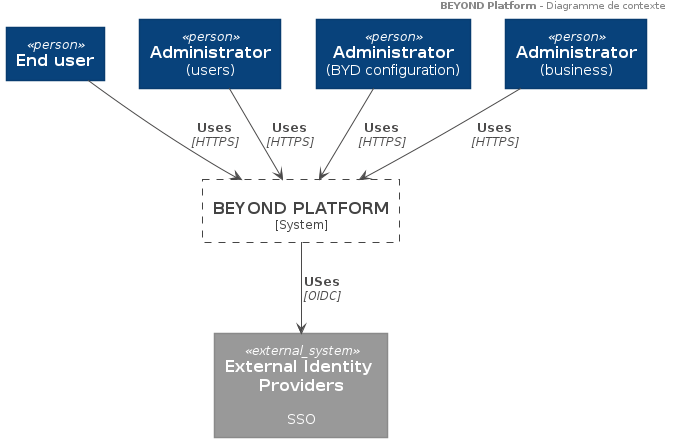
This is 02.byd-Platform/1.ArchitectureDossier/images/diagrams/system-context.png from cogirep/documentation, a PlantUML export, as it was before one commit. Its diagram source:
```plantuml
@startuml system-context
header
    <b>BEYOND Platform</b> - Diagramme de contexte
end header






skinparam defaultTextAlignment center

skinparam wrapWidth 200
skinparam maxMessageSize 150

skinparam rectangle {
    StereotypeFontSize 12
    shadowing false
}

skinparam database {
    StereotypeFontSize 12
    shadowing false
}

skinparam Arrow {
    Color #4B4A4A
    FontColor #4B4A4A
    FontSize 12
}

skinparam rectangle<<boundary>> {
    Shadowing false
    StereotypeFontSize 0
    FontColor #444444
    BorderColor #444444
    BorderStyle dashed
}























skinparam rectangle<<person>> {
    StereotypeFontColor #FFFFFF
    FontColor #FFFFFF
    BackgroundColor #08427B
    BorderColor #073B6F
}

skinparam rectangle<<external_person>> {
    StereotypeFontColor #FFFFFF
    FontColor #FFFFFF
    BackgroundColor #686868
    BorderColor #8A8A8A
}

skinparam rectangle<<system>> {
    StereotypeFontColor #FFFFFF
    FontColor #FFFFFF
    BackgroundColor #1168BD
    BorderColor #3C7FC0
}

skinparam rectangle<<external_system>> {
    StereotypeFontColor #FFFFFF
    FontColor #FFFFFF
    BackgroundColor #999999
    BorderColor #8A8A8A
}

skinparam database<<system>> {
    StereotypeFontColor #FFFFFF
    FontColor #FFFFFF
    BackgroundColor #1168BD
    BorderColor #3C7FC0
}

skinparam database<<external_system>> {
    StereotypeFontColor #FFFFFF
    FontColor #FFFFFF
    BackgroundColor #999999
    BorderColor #8A8A8A
}












rectangle "==End user" <<person>> as EndUSer
rectangle "==Administrator\n(users)" <<person>> as AdminIAM
rectangle "==Administrator\n(BYD configuration)" <<person>> as AdminBYDPTF
rectangle "==Administrator\n(business)" <<person>> as AdminDF

rectangle "==BEYOND PLATFORM\n<size:12>[System]</size>" <<boundary>> as BYDPTFM {
}

rectangle "==External Identity Providers\n\n SSO" <<external_system>> as IdP

AdminIAM --> BYDPTFM : "===Uses\n//<size:12>[HTTPS]</size>//"
AdminBYDPTF --> BYDPTFM : "===Uses\n//<size:12>[HTTPS]</size>//"
AdminDF --> BYDPTFM : "===Uses\n//<size:12>[HTTPS]</size>//"
EndUSer --> BYDPTFM : "===Uses\n//<size:12>[HTTPS]</size>//"
BYDPTFM --> IdP : "===USes\n//<size:12>[OIDC]</size>//"

@enduml
```
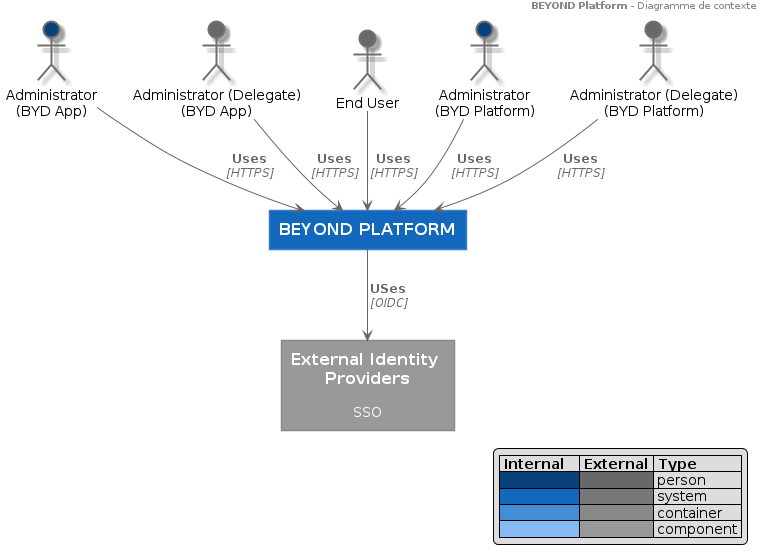
After the commit.

Commit message:
WIP system & container models

The edit, as a diff of the source:
```diff
@@ -1,4 +1,325 @@
 @startuml system-context
+
+
+
+
+
+
+
+skinparam {
+  shadowing true
+  arrowColor #707070
+  defaultTextAlignment center
+  wrapWidth 200
+  maxMessageSize 150
+}
+
+hide stereotype
+legend right
+|= Internal   |= External |= Type     |
+|<#08427B>|<#686868>| person |
+|<#1168BD>|<#777777>| system |
+|<#438DD5>|<#888888>| container |
+|<#85BBF0>|<#999999>| component |
+endlegend
+
+
+skinparam note {
+  BackgroundColor #F5F5F5
+  BorderColor #707070
+  FontColor #707070
+}
+
+
+skinparam actor<<Internal>> {
+  BorderColor #707070
+  BackgroundColor #08427B
+}
+
+skinparam actor<<External>> {
+  BorderColor #707070
+  BackgroundColor #686868
+}
+
+skinparam actor<<Internal Person>> {
+  BorderColor #707070
+  BackgroundColor #08427B
+}
+
+skinparam actor<<External Person>> {
+  BorderColor #707070
+  BackgroundColor #686868
+}
+
+    skinparam rectangle<<Internal Component>> {
+      FontColor #505050
+      StereotypeFontColor #505050
+      BorderColor #A0A0A0
+      BackgroundColor #85BBF0
+    }
+
+    skinparam rectangle<<Component>> {
+      FontColor #505050
+      StereotypeFontColor #505050
+      BorderColor #A0A0A0
+      BackgroundColor #85BBF0
+    }
+
+    skinparam rectangle<<External Component>> {
+      FontColor #FFFFFF
+      StereotypeFontColor #FFFFFF
+      BorderColor #707070
+      BackgroundColor #999999
+    }
+
+    skinparam interface<<Internal Component>> {
+      BorderColor #A0A0A0
+      BackgroundColor #85BBF0
+    }
+
+    skinparam interface<<Component>> {
+      BorderColor #A0A0A0
+      BackgroundColor #85BBF0
+    }
+
+    skinparam interface<<External Component>> {
+      BorderColor #707070
+      BackgroundColor #999999
+    }
+
+
+
+    skinparam component<<Internal Container>> {
+      FontColor #FFFFFF
+      StereotypeFontColor #FFFFFF
+      BorderColor CONTAINER_BORDER_COLOR
+      BackgroundColor #438DD5
+    }
+
+    skinparam component<<Internal>> {
+      FontColor #FFFFFF
+      StereotypeFontColor #FFFFFF
+      BorderColor CONTAINER_BORDER_COLOR
+      BackgroundColor #438DD5
+    }
+
+    skinparam component<<Container>> {
+      FontColor #FFFFFF
+      StereotypeFontColor #FFFFFF
+      BorderColor CONTAINER_BORDER_COLOR
+      BackgroundColor #438DD5
+    }
+
+    skinparam component<<External Container>> {
+      FontColor #FFFFFF
+      StereotypeFontColor #FFFFFF
+      BorderColor #C0C0C0
+      BackgroundColor #888888
+    }
+
+    skinparam component<<External>> {
+      FontColor #FFFFFF
+      StereotypeFontColor #FFFFFF
+      BorderColor #C0C0C0
+      BackgroundColor #888888
+    }
+
+    skinparam rectangle<<Internal Container>> {
+      FontColor #FFFFFF
+      StereotypeFontColor #FFFFFF
+      BorderColor CONTAINER_BORDER_COLOR
+      BackgroundColor #438DD5
+    }
+
+    skinparam rectangle<<Container>> {
+      FontColor #FFFFFF
+      StereotypeFontColor #FFFFFF
+      BorderColor CONTAINER_BORDER_COLOR
+      BackgroundColor #438DD5
+    }
+
+    skinparam rectangle<<External Container>> {
+      FontColor #FFFFFF
+      StereotypeFontColor #FFFFFF
+      BorderColor #C0C0C0
+      BackgroundColor #888888
+    }
+
+    skinparam interface<<Internal Container>> {
+      BorderColor CONTAINER_BORDER_COLOR
+      BackgroundColor #438DD5
+    }
+
+    skinparam interface<<Container>> {
+      BorderColor CONTAINER_BORDER_COLOR
+      BackgroundColor #438DD5
+    }
+
+    skinparam interface<<External Container>> {
+      BorderColor #C0C0C0
+      BackgroundColor #888888
+    }
+
+skinparam database<<Internal>> {
+  BackgroundColor #438DD5
+  BorderColor #A0A0A0
+  FontColor #FFFFFF
+  StereotypeFontColor #FFFFFF
+}
+
+skinparam database<<Internal Database>> {
+  BackgroundColor #438DD5
+  BorderColor #A0A0A0
+  FontColor #FFFFFF
+  StereotypeFontColor #FFFFFF
+}
+
+skinparam database<<External>> {
+  BackgroundColor #888888
+  BorderColor #C0C0C0
+  FontColor #FFFFFF
+  StereotypeFontColor #FFFFFF
+}
+
+skinparam database<<External Database>> {
+  BackgroundColor #888888
+  BorderColor #707070
+  FontColor #FFFFFF
+  StereotypeFontColor #FFFFFF
+}
+
+skinparam rectangle<<Expanded>> {
+  FontColor #707070
+  StereotypeFontColor #707070
+  BorderColor #707070
+  BackgroundColor #F5F5F5
+  BorderStyle dashed
+}
+
+skinparam frame<<Expanded>> {
+  FontColor #707070
+  StereotypeFontColor #707070
+  BorderColor #707070
+  BackgroundColor #F5F5F5
+  BorderStyle dashed
+}
+
+skinparam component<<Expanded>> {
+  FontColor #707070
+  StereotypeFontColor #707070
+  BorderColor #707070
+  BackgroundColor #F5F5F5
+  BorderStyle dashed
+}
+
+
+    skinparam cloud<<External>> {
+      FontColor #FFFFFF
+      StereotypeFontColor #FFFFFF
+      BorderColor #C0C0C0
+      BackgroundColor #777777
+    }
+
+skinparam queue<<Internal>> {
+  BackgroundColor #1168BD
+  BorderColor #A0A0A0
+  FontColor FONT_COLOR
+  StereotypeFontColor FONT_COLOR
+}
+
+skinparam queue<<External>> {
+  BackgroundColor #777777
+  BorderColor #707070
+  FontColor FONT_COLOR
+  StereotypeFontColor FONT_COLOR
+}
+
+skinparam queue<<Internal Queue>> {
+  BackgroundColor #1168BD
+  BorderColor #A0A0A0
+  FontColor FONT_COLOR
+  StereotypeFontColor FONT_COLOR
+}
+
+skinparam queue<<External Queue>> {
+  BackgroundColor #777777
+  BorderColor #707070
+  FontColor FONT_COLOR
+  StereotypeFontColor FONT_COLOR
+}
+
+
+    skinparam frame<<Internal System>> {
+      FontColor #FFFFFF
+      StereotypeFontColor #FFFFFF
+      BorderColor #A0A0A0
+      BackgroundColor #1168BD
+    }
+
+    skinparam frame<<System>> {
+      FontColor #FFFFFF
+      StereotypeFontColor #FFFFFF
+      BorderColor #A0A0A0
+      BackgroundColor #1168BD
+    }
+
+    skinparam frame<<Internal>> {
+      FontColor #FFFFFF
+      StereotypeFontColor #FFFFFF
+      BorderColor #A0A0A0
+      BackgroundColor #1168BD
+    }
+
+    skinparam frame<<External System>> {
+      FontColor #FFFFFF
+      StereotypeFontColor #FFFFFF
+      BorderColor #C0C0C0
+      BackgroundColor #777777
+    }
+
+    skinparam frame<<External>> {
+      FontColor #FFFFFF
+      StereotypeFontColor #FFFFFF
+      BorderColor #C0C0C0
+      BackgroundColor #777777
+    }
+
+    skinparam rectangle<<Internal System>> {
+      FontColor #FFFFFF
+      StereotypeFontColor #FFFFFF
+      BorderColor #A0A0A0
+      BackgroundColor #1168BD
+    }
+
+    skinparam rectangle<<System>> {
+      FontColor #FFFFFF
+      StereotypeFontColor #FFFFFF
+      BorderColor #A0A0A0
+      BackgroundColor #1168BD
+    }
+
+    skinparam rectangle<<External System>> {
+      FontColor #FFFFFF
+      StereotypeFontColor #FFFFFF
+      BorderColor #C0C0C0
+      BackgroundColor #777777
+    }
+
+    skinparam interface<<Internal System>> {
+      BorderColor #A0A0A0
+      BackgroundColor #1168BD
+    }
+
+    skinparam interface<<System>> {
+      BorderColor #A0A0A0
+      BackgroundColor #1168BD
+    }
+
+    skinparam interface<<External System>> {
+      BorderColor #C0C0C0
+      BackgroundColor #777777
+    }
+
 header
     <b>BEYOND Platform</b> - Diagramme de contexte
 end header
@@ -24,8 +345,8 @@
 }
 
 skinparam Arrow {
-    Color #4B4A4A
-    FontColor #4B4A4A
+    Color #666666
+    FontColor #666666
     FontSize 12
 }
 
@@ -37,6 +358,55 @@
     BorderStyle dashed
 }
 
+
+
+
+
+
+
+
+
+
+
+
+
+
+
+
+
+
+
+
+
+
+skinparam defaultTextAlignment center
+
+skinparam wrapWidth 200
+skinparam maxMessageSize 150
+
+skinparam rectangle {
+    StereotypeFontSize 12
+    shadowing false
+}
+
+skinparam database {
+    StereotypeFontSize 12
+    shadowing false
+}
+
+skinparam Arrow {
+    Color #666666
+    FontColor #666666
+    FontSize 12
+}
+
+skinparam rectangle<<boundary>> {
+    Shadowing false
+    StereotypeFontSize 0
+    FontColor #444444
+    BorderColor #444444
+    BorderStyle dashed
+}
 
 
 
@@ -112,20 +482,22 @@
 
 
 
-rectangle "==End user" <<person>> as EndUSer
-rectangle "==Administrator\n(users)" <<person>> as AdminIAM
-rectangle "==Administrator\n(BYD configuration)" <<person>> as AdminBYDPTF
-rectangle "==Administrator\n(business)" <<person>> as AdminDF
+actor "Administrator\n(BYD App)" as AdminBYDAPPREAInt <<Internal Person>>
+actor "Administrator (Delegate)\n(BYD App)" as AdminBYDAPPREAExt <<External Person>>
+actor "End User" as EndUSer <<External Person>>
+actor "Administrator\n(BYD Platform)" as AdminBYDPTFInt <<Internal Person>>
+actor "Administrator (Delegate)\n(BYD Platform)" as AdminBYDPTFExt <<External Person>>
 
-rectangle "==BEYOND PLATFORM\n<size:12>[System]</size>" <<boundary>> as BYDPTFM {
+rectangle "==BEYOND PLATFORM" <<system>> as BYDPTFM {
 }
 
 rectangle "==External Identity Providers\n\n SSO" <<external_system>> as IdP
 
-AdminIAM --> BYDPTFM : "===Uses\n//<size:12>[HTTPS]</size>//"
-AdminBYDPTF --> BYDPTFM : "===Uses\n//<size:12>[HTTPS]</size>//"
-AdminDF --> BYDPTFM : "===Uses\n//<size:12>[HTTPS]</size>//"
+AdminBYDAPPREAInt --> BYDPTFM : "===Uses\n//<size:12>[HTTPS]</size>//"
+AdminBYDAPPREAExt --> BYDPTFM : "===Uses\n//<size:12>[HTTPS]</size>//"
 EndUSer --> BYDPTFM : "===Uses\n//<size:12>[HTTPS]</size>//"
+AdminBYDPTFInt --> BYDPTFM : "===Uses\n//<size:12>[HTTPS]</size>//"
+AdminBYDPTFExt --> BYDPTFM : "===Uses\n//<size:12>[HTTPS]</size>//"
 BYDPTFM --> IdP : "===USes\n//<size:12>[OIDC]</size>//"
 
 @enduml
```
